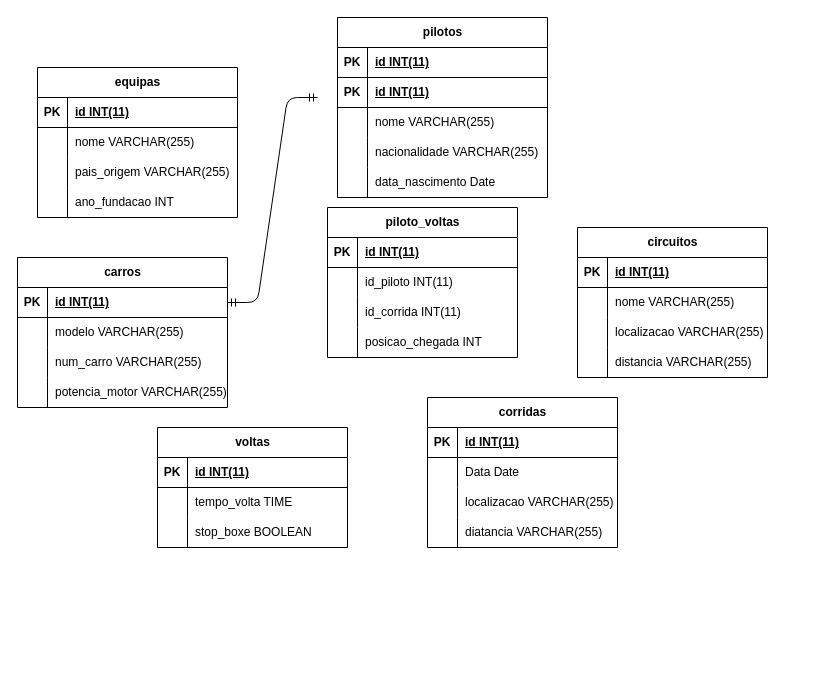
Earlier version of the draw.io diagram f1.drawio (RodrigoGomes08/Trabalho_formula1_PSI). Source tidied: cells renumbered, new cells numbered last; positions are measured from the earlier drawing's top-left corner, leaving out a move shared by most shapes. Both pictures are drawn from the tidied source at 100%, with x=0, y=0 at pixel (17, 17).
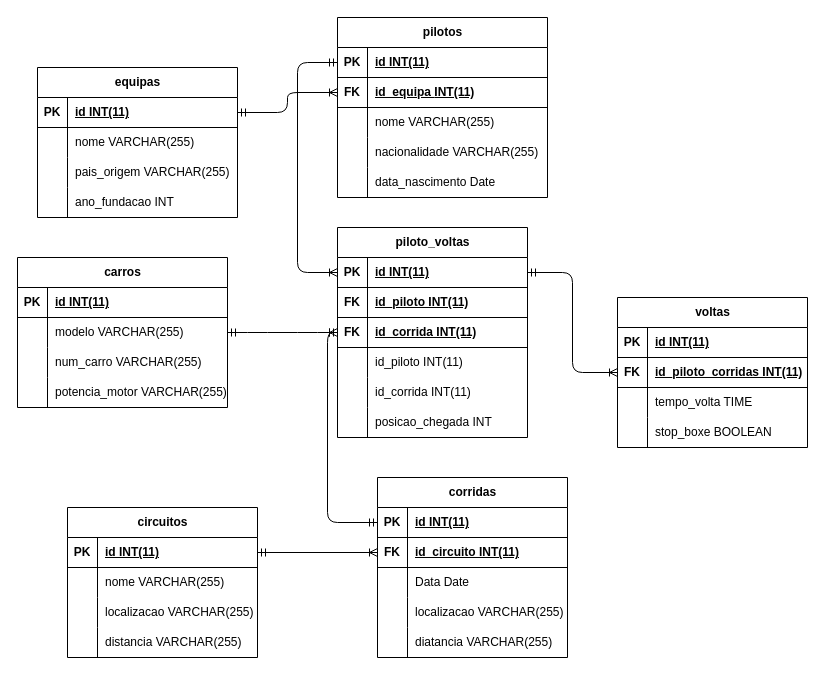
The same diagram, later.

Commit message (it also covers changes not shown here):
Alterações no modelo ER.

Unchanged cells that the change refers to:
```xml
<mxCell id="3" style="shape=tableRow;horizontal=0;startSize=0;swimlaneHead=0;swimlaneBody=0;fillColor=none;points=[[0,0.5],[1,0.5]];portConstraint=eastwest;top=0;left=0;right=0;bottom=1;" parent="2" vertex="1">
  <mxGeometry y="30" width="190" height="30" as="geometry" />
</mxCell>
<mxCell id="16" style="shape=tableRow;horizontal=0;startSize=0;swimlaneHead=0;swimlaneBody=0;fillColor=none;points=[[0,0.5],[1,0.5]];portConstraint=eastwest;top=0;left=0;right=0;bottom=1;" parent="15" vertex="1">
  <mxGeometry y="30" width="200" height="30" as="geometry" />
</mxCell>
<mxCell id="29" style="shape=tableRow;horizontal=0;startSize=0;swimlaneHead=0;swimlaneBody=0;fillColor=none;points=[[0,0.5],[1,0.5]];portConstraint=eastwest;top=0;left=0;right=0;bottom=1;" parent="28" vertex="1">
  <mxGeometry y="30" width="210" height="30" as="geometry" />
</mxCell>
<mxCell id="32" style="shape=tableRow;horizontal=0;startSize=0;swimlaneHead=0;swimlaneBody=0;fillColor=none;points=[[0,0.5],[1,0.5]];portConstraint=eastwest;top=0;left=0;right=0;bottom=1;" parent="28" vertex="1">
  <mxGeometry y="60" width="210" height="30" as="geometry" />
</mxCell>
<mxCell id="45" style="shape=tableRow;horizontal=0;startSize=0;swimlaneHead=0;swimlaneBody=0;fillColor=none;points=[[0,0.5],[1,0.5]];portConstraint=eastwest;top=0;left=0;right=0;bottom=1;" parent="44" vertex="1">
  <mxGeometry y="30" width="190" height="30" as="geometry" />
</mxCell>
<mxCell id="58" style="shape=tableRow;horizontal=0;startSize=0;swimlaneHead=0;swimlaneBody=0;fillColor=none;points=[[0,0.5],[1,0.5]];portConstraint=eastwest;top=0;left=0;right=0;bottom=1;" parent="57" vertex="1">
  <mxGeometry y="30" width="210" height="30" as="geometry" />
</mxCell>
<mxCell id="61" style="shape=tableRow;horizontal=0;startSize=0;swimlaneHead=0;swimlaneBody=0;fillColor=none;points=[[0,0.5],[1,0.5]];portConstraint=eastwest;top=0;left=0;right=0;bottom=0;" parent="57" vertex="1">
  <mxGeometry y="60" width="210" height="30" as="geometry" />
</mxCell>
<mxCell id="81" style="shape=tableRow;horizontal=0;startSize=0;swimlaneHead=0;swimlaneBody=0;fillColor=none;points=[[0,0.5],[1,0.5]];portConstraint=eastwest;top=0;left=0;right=0;bottom=1;" parent="80" vertex="1">
  <mxGeometry y="30" width="190" height="30" as="geometry" />
</mxCell>
```

What changed in the source:
```diff
@@
     <mxCell id="2" value="circuitos" style="shape=table;startSize=30;childLayout=tableLayout;rowLines=0;fontStyle=1;align=center;html=1;" parent="1" vertex="1">
-      <mxGeometry x="560" y="210" width="190" height="150" as="geometry" />
+      <mxGeometry x="50" y="490" width="190" height="150" as="geometry" />
     </mxCell>
@@
-    <mxCell id="33" value="PK" style="shape=partialRectangle;fillColor=none;top=0;left=0;bottom=0;right=0;fontStyle=1;overflow=hidden;whiteSpace=wrap;html=1;" parent="32" vertex="1">
+    <mxCell id="33" value="FK" style="shape=partialRectangle;fillColor=none;top=0;left=0;bottom=0;right=0;fontStyle=1;overflow=hidden;whiteSpace=wrap;html=1;" parent="32" vertex="1">
       <mxGeometry width="30" height="30" as="geometry" />
     </mxCell>
-    <mxCell id="34" value="id&amp;nbsp;&lt;span style=&quot;color: rgb(0, 0, 0);&quot;&gt;INT(11)&lt;/span&gt;" style="shape=partialRectangle;fillColor=none;top=0;left=0;bottom=0;right=0;align=left;spacingLeft=6;fontStyle=5;overflow=hidden;whiteSpace=wrap;html=1;" parent="32" vertex="1">
+    <mxCell id="34" value="id_equipa&amp;nbsp;&lt;span style=&quot;color: rgb(0, 0, 0);&quot;&gt;INT(11)&lt;/span&gt;" style="shape=partialRectangle;fillColor=none;top=0;left=0;bottom=0;right=0;align=left;spacingLeft=6;fontStyle=5;overflow=hidden;whiteSpace=wrap;html=1;" parent="32" vertex="1">
       <mxGeometry x="30" width="180" height="30" as="geometry" />
     </mxCell>
@@
     <mxCell id="44" value="corridas" style="shape=table;startSize=30;childLayout=tableLayout;rowLines=0;fontStyle=1;align=center;html=1;" parent="1" vertex="1">
-      <mxGeometry x="410" y="380" width="190" height="150" as="geometry" />
+      <mxGeometry x="360" y="460" width="190" height="180" as="geometry" />
     </mxCell>
@@
+    <mxCell id="94" style="shape=tableRow;horizontal=0;startSize=0;swimlaneHead=0;swimlaneBody=0;fillColor=none;points=[[0,0.5],[1,0.5]];portConstraint=eastwest;top=0;left=0;right=0;bottom=1;" parent="44" vertex="1">
+      <mxGeometry y="60" width="190" height="30" as="geometry" />
+    </mxCell>
+    <mxCell id="95" value="FK" style="shape=partialRectangle;fillColor=none;top=0;left=0;bottom=0;right=0;fontStyle=1;overflow=hidden;whiteSpace=wrap;html=1;" parent="94" vertex="1">
+      <mxGeometry width="30" height="30" as="geometry" />
+    </mxCell>
+    <mxCell id="96" value="id_circuito INT(11)" style="shape=partialRectangle;fillColor=none;top=0;left=0;bottom=0;right=0;align=left;spacingLeft=6;fontStyle=5;overflow=hidden;whiteSpace=wrap;html=1;" parent="94" vertex="1">
+      <mxGeometry x="30" width="160" height="30" as="geometry" />
+    </mxCell>
     <mxCell id="48" style="shape=tableRow;horizontal=0;startSize=0;swimlaneHead=0;swimlaneBody=0;fillColor=none;top=0;left=0;right=0;bottom=0;" parent="44" vertex="1">
-      <mxGeometry y="60" width="190" height="30" as="geometry" />
+      <mxGeometry y="90" width="190" height="30" as="geometry" />
     </mxCell>
@@
     <mxCell id="51" style="shape=tableRow;horizontal=0;startSize=0;swimlaneHead=0;swimlaneBody=0;fillColor=none;top=0;left=0;right=0;bottom=0;" parent="44" vertex="1">
-      <mxGeometry y="90" width="190" height="30" as="geometry" />
+      <mxGeometry y="120" width="190" height="30" as="geometry" />
     </mxCell>
@@
     <mxCell id="54" style="shape=tableRow;horizontal=0;startSize=0;swimlaneHead=0;swimlaneBody=0;fillColor=none;top=0;left=0;right=0;bottom=0;" parent="44" vertex="1">
-      <mxGeometry y="120" width="190" height="30" as="geometry" />
+      <mxGeometry y="150" width="190" height="30" as="geometry" />
     </mxCell>
@@
     <mxCell id="70" value="voltas" style="shape=table;startSize=30;childLayout=tableLayout;rowLines=0;fontStyle=1;align=center;html=1;" parent="1" vertex="1">
-      <mxGeometry x="140" y="410" width="190" height="120" as="geometry" />
+      <mxGeometry x="600" y="280" width="190" height="150" as="geometry" />
     </mxCell>
@@
+    <mxCell id="97" style="shape=tableRow;horizontal=0;startSize=0;swimlaneHead=0;swimlaneBody=0;fillColor=none;points=[[0,0.5],[1,0.5]];portConstraint=eastwest;top=0;left=0;right=0;bottom=1;" parent="70" vertex="1">
+      <mxGeometry y="60" width="190" height="30" as="geometry" />
+    </mxCell>
+    <mxCell id="98" value="FK" style="shape=partialRectangle;fillColor=none;top=0;left=0;bottom=0;right=0;fontStyle=1;overflow=hidden;whiteSpace=wrap;html=1;" parent="97" vertex="1">
+      <mxGeometry width="30" height="30" as="geometry" />
+    </mxCell>
+    <mxCell id="99" value="id_piloto_corridas INT(11)" style="shape=partialRectangle;fillColor=none;top=0;left=0;bottom=0;right=0;align=left;spacingLeft=6;fontStyle=5;overflow=hidden;whiteSpace=wrap;html=1;" parent="97" vertex="1">
+      <mxGeometry x="30" width="160" height="30" as="geometry" />
+    </mxCell>
     <mxCell id="74" style="shape=tableRow;horizontal=0;startSize=0;swimlaneHead=0;swimlaneBody=0;fillColor=none;top=0;left=0;right=0;bottom=0;" parent="70" vertex="1">
-      <mxGeometry y="60" width="190" height="30" as="geometry" />
+      <mxGeometry y="90" width="190" height="30" as="geometry" />
     </mxCell>
@@
     <mxCell id="77" style="shape=tableRow;horizontal=0;startSize=0;swimlaneHead=0;swimlaneBody=0;fillColor=none;top=0;left=0;right=0;bottom=0;" parent="70" vertex="1">
-      <mxGeometry y="90" width="190" height="30" as="geometry" />
+      <mxGeometry y="120" width="190" height="30" as="geometry" />
     </mxCell>
@@
     <mxCell id="80" value="piloto_voltas" style="shape=table;startSize=30;childLayout=tableLayout;rowLines=0;fontStyle=1;align=center;html=1;" parent="1" vertex="1">
-      <mxGeometry x="310" y="190" width="190" height="150" as="geometry" />
+      <mxGeometry x="320" y="210" width="190" height="210" as="geometry" />
     </mxCell>
@@
+    <mxCell id="100" style="shape=tableRow;horizontal=0;startSize=0;swimlaneHead=0;swimlaneBody=0;fillColor=none;top=0;left=0;right=0;bottom=1;" parent="80" vertex="1">
+      <mxGeometry y="60" width="190" height="30" as="geometry" />
+    </mxCell>
+    <mxCell id="101" value="FK" style="shape=partialRectangle;fillColor=none;top=0;left=0;bottom=0;right=0;fontStyle=1;overflow=hidden;whiteSpace=wrap;html=1;" parent="100" vertex="1">
+      <mxGeometry width="30" height="30" as="geometry" />
+    </mxCell>
+    <mxCell id="102" value="id_piloto INT(11)" style="shape=partialRectangle;fillColor=none;top=0;left=0;bottom=0;right=0;align=left;spacingLeft=6;fontStyle=5;overflow=hidden;whiteSpace=wrap;html=1;" parent="100" vertex="1">
+      <mxGeometry x="30" width="160" height="30" as="geometry" />
+    </mxCell>
+    <mxCell id="103" style="shape=tableRow;horizontal=0;startSize=0;swimlaneHead=0;swimlaneBody=0;fillColor=none;points=[[0,0.5],[1,0.5]];portConstraint=eastwest;top=0;left=0;right=0;bottom=1;" parent="80" vertex="1">
+      <mxGeometry y="90" width="190" height="30" as="geometry" />
+    </mxCell>
+    <mxCell id="104" value="FK" style="shape=partialRectangle;fillColor=none;top=0;left=0;bottom=0;right=0;fontStyle=1;overflow=hidden;whiteSpace=wrap;html=1;" parent="103" vertex="1">
+      <mxGeometry width="30" height="30" as="geometry" />
+    </mxCell>
+    <mxCell id="105" value="id_corrida INT(11)" style="shape=partialRectangle;fillColor=none;top=0;left=0;bottom=0;right=0;align=left;spacingLeft=6;fontStyle=5;overflow=hidden;whiteSpace=wrap;html=1;" parent="103" vertex="1">
+      <mxGeometry x="30" width="160" height="30" as="geometry" />
+    </mxCell>
     <mxCell id="84" style="shape=tableRow;horizontal=0;startSize=0;swimlaneHead=0;swimlaneBody=0;fillColor=none;top=0;left=0;right=0;bottom=0;" parent="80" vertex="1">
-      <mxGeometry y="60" width="190" height="30" as="geometry" />
+      <mxGeometry y="120" width="190" height="30" as="geometry" />
     </mxCell>
@@
     <mxCell id="87" style="shape=tableRow;horizontal=0;startSize=0;swimlaneHead=0;swimlaneBody=0;fillColor=none;top=0;left=0;right=0;bottom=0;" parent="80" vertex="1">
-      <mxGeometry y="90" width="190" height="30" as="geometry" />
+      <mxGeometry y="150" width="190" height="30" as="geometry" />
     </mxCell>
@@
     <mxCell id="90" style="shape=tableRow;horizontal=0;startSize=0;swimlaneHead=0;swimlaneBody=0;fillColor=none;top=0;left=0;right=0;bottom=0;" parent="80" vertex="1">
-      <mxGeometry y="120" width="190" height="30" as="geometry" />
+      <mxGeometry y="180" width="190" height="30" as="geometry" />
     </mxCell>
@@
-    <mxCell id="93" style="edgeStyle=entityRelationEdgeStyle;fontSize=12;html=1;endArrow=ERmandOne;startArrow=ERmandOne;exitX=1;exitY=0.5;exitDx=0;exitDy=0;" parent="1" edge="1" source="58">
-      <mxGeometry relative="1" as="geometry">
-        <mxPoint x="300" y="80" as="targetPoint" />
-      </mxGeometry>
-    </mxCell>
+    <mxCell id="106" style="fontSize=12;html=1;endArrow=ERoneToMany;startArrow=ERmandOne;entryX=0;entryY=0.5;entryDx=0;entryDy=0;exitX=1;exitY=0.5;exitDx=0;exitDy=0;" parent="1" edge="1" source="3" target="94">
+      <mxGeometry relative="1" as="geometry" />
+    </mxCell>
+    <mxCell id="107" style="edgeStyle=orthogonalEdgeStyle;fontSize=12;html=1;endArrow=ERoneToMany;startArrow=ERmandOne;entryX=0;entryY=0.5;entryDx=0;entryDy=0;exitX=0;exitY=0.5;exitDx=0;exitDy=0;" parent="1" edge="1" source="45" target="103">
+      <mxGeometry relative="1" as="geometry" />
+    </mxCell>
+    <mxCell id="108" style="edgeStyle=orthogonalEdgeStyle;fontSize=12;html=1;endArrow=ERoneToMany;startArrow=ERmandOne;entryX=0;entryY=0.5;entryDx=0;entryDy=0;exitX=1;exitY=0.5;exitDx=0;exitDy=0;" parent="1" edge="1" source="81" target="97">
+      <mxGeometry relative="1" as="geometry" />
+    </mxCell>
+    <mxCell id="109" style="edgeStyle=entityRelationEdgeStyle;fontSize=12;html=1;endArrow=ERmandOne;startArrow=ERmandOne;exitX=1;exitY=0.5;exitDx=0;exitDy=0;entryX=0;entryY=0.5;entryDx=0;entryDy=0;" parent="1" edge="1" source="61" target="103">
+      <mxGeometry relative="1" as="geometry" />
+    </mxCell>
+    <mxCell id="110" style="edgeStyle=orthogonalEdgeStyle;fontSize=12;html=1;endArrow=ERoneToMany;startArrow=ERmandOne;entryX=0;entryY=0.5;entryDx=0;entryDy=0;exitX=1;exitY=0.5;exitDx=0;exitDy=0;" parent="1" edge="1" source="16" target="32">
+      <mxGeometry relative="1" as="geometry" />
+    </mxCell>
+    <mxCell id="111" style="edgeStyle=orthogonalEdgeStyle;fontSize=12;html=1;endArrow=ERoneToMany;startArrow=ERmandOne;entryX=0;entryY=0.5;entryDx=0;entryDy=0;exitX=0;exitY=0.5;exitDx=0;exitDy=0;" parent="1" edge="1" source="29" target="81">
+      <mxGeometry relative="1" as="geometry">
+        <Array as="points">
+          <mxPoint x="280" y="45" />
+          <mxPoint x="280" y="255" />
+        </Array>
+      </mxGeometry>
+    </mxCell>
```
